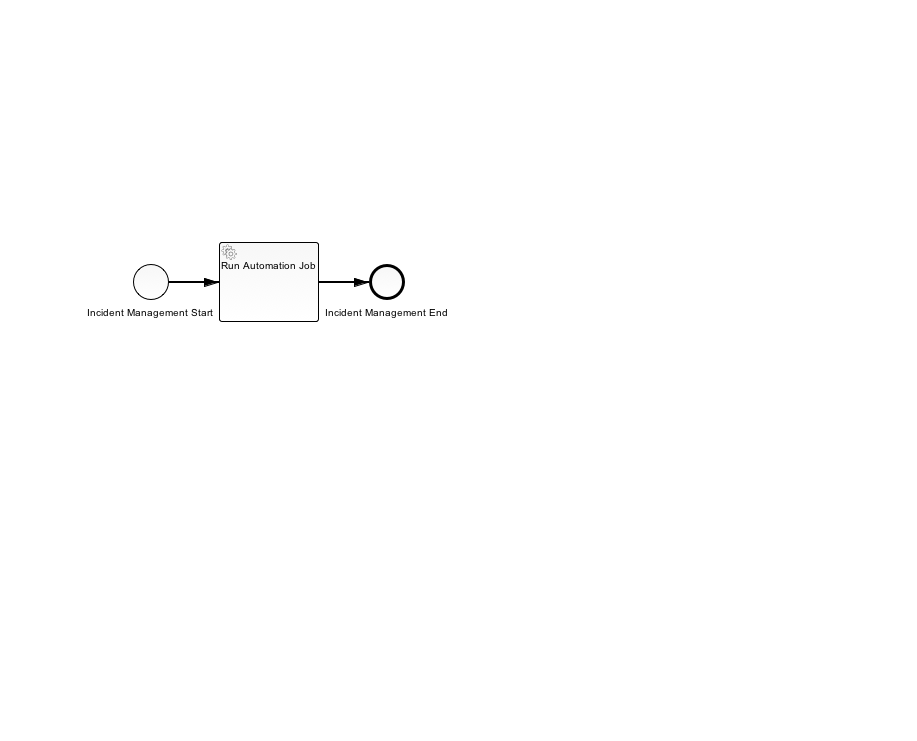
Earlier version of the BPMN export src/main/resources/CloudIncidentManagement.png (icclab/watchtower-workflow-camunda). Its source is kept beside it as src/main/resources/CloudIncidentManagement.bpmn. Ids are renumbered. Its diagram source:
```xml
<bpmn2:definitions xmlns:xsi="http://www.w3.org/2001/XMLSchema-instance" xmlns:bpmn2="http://www.omg.org/spec/BPMN/20100524/MODEL" xmlns:bpmndi="http://www.omg.org/spec/BPMN/20100524/DI" xmlns:camunda="http://activiti.org/bpmn" xmlns:dc="http://www.omg.org/spec/DD/20100524/DC" xmlns:di="http://www.omg.org/spec/DD/20100524/DI" xsi:schemaLocation="http://www.omg.org/spec/BPMN/20100524/MODEL BPMN20.xsd" id="_-XkjkMGzEeSY2PGDrjkMzg" exporter="camunda modeler" exporterVersion="2.7.0" targetNamespace="http://activiti.org/bpmn">
  <bpmn2:process id="CloudIncidentManagementWorkflow" name="Cloud Incident Management Workflow" isExecutable="true">
    <bpmn2:startEvent id="IncidentManagementStart" camunda:async="true" name="Incident Management Start">
      <bpmn2:outgoing>SequenceFlow_1</bpmn2:outgoing>
    </bpmn2:startEvent>
    <bpmn2:serviceTask id="RunAutomationJob" camunda:class="watchtower.workflow.camunda.RunAutomationJobDelegate" name="Run Automation Job">
      <bpmn2:incoming>SequenceFlow_1</bpmn2:incoming>
      <bpmn2:outgoing>SequenceFlow_2</bpmn2:outgoing>
    </bpmn2:serviceTask>
    <bpmn2:sequenceFlow id="SequenceFlow_1" name="" sourceRef="IncidentManagementStart" targetRef="RunAutomationJob"/>
    <bpmn2:endEvent id="IncidentManagementEnd" name="Incident Management End">
      <bpmn2:incoming>SequenceFlow_2</bpmn2:incoming>
    </bpmn2:endEvent>
    <bpmn2:sequenceFlow id="SequenceFlow_2" name="" sourceRef="RunAutomationJob" targetRef="IncidentManagementEnd"/>
  </bpmn2:process>
  <bpmndi:BPMNDiagram id="BPMNDiagram_1">
    <bpmndi:BPMNPlane id="BPMNPlane_1" bpmnElement="CloudIncidentManagementWorkflow">
      <bpmndi:BPMNShape id="_BPMNShape_StartEvent_6" bpmnElement="IncidentManagementStart">
        <dc:Bounds height="36.0" width="36.0" x="133.0" y="264.0"/>
        <bpmndi:BPMNLabel>
          <dc:Bounds height="0.0" width="0.0" x="151.0" y="305.0"/>
        </bpmndi:BPMNLabel>
      </bpmndi:BPMNShape>
      <bpmndi:BPMNShape id="_BPMNShape_ServiceTask_2" bpmnElement="RunAutomationJob">
        <dc:Bounds height="80.0" width="100.0" x="219.0" y="242.0"/>
      </bpmndi:BPMNShape>
      <bpmndi:BPMNEdge id="BPMNEdge_SequenceFlow_1" bpmnElement="SequenceFlow_1" sourceElement="_BPMNShape_StartEvent_6" targetElement="_BPMNShape_ServiceTask_2">
        <di:waypoint xsi:type="dc:Point" x="169.0" y="282.0"/>
        <di:waypoint xsi:type="dc:Point" x="219.0" y="282.0"/>
      </bpmndi:BPMNEdge>
      <bpmndi:BPMNShape id="_BPMNShape_EndEvent_3" bpmnElement="IncidentManagementEnd">
        <dc:Bounds height="36.0" width="36.0" x="369.0" y="264.0"/>
      </bpmndi:BPMNShape>
      <bpmndi:BPMNEdge id="BPMNEdge_SequenceFlow_2" bpmnElement="SequenceFlow_2" sourceElement="_BPMNShape_ServiceTask_2" targetElement="_BPMNShape_EndEvent_3">
        <di:waypoint xsi:type="dc:Point" x="319.0" y="282.0"/>
        <di:waypoint xsi:type="dc:Point" x="369.0" y="282.0"/>
      </bpmndi:BPMNEdge>
    </bpmndi:BPMNPlane>
  </bpmndi:BPMNDiagram>
</bpmn2:definitions>
```
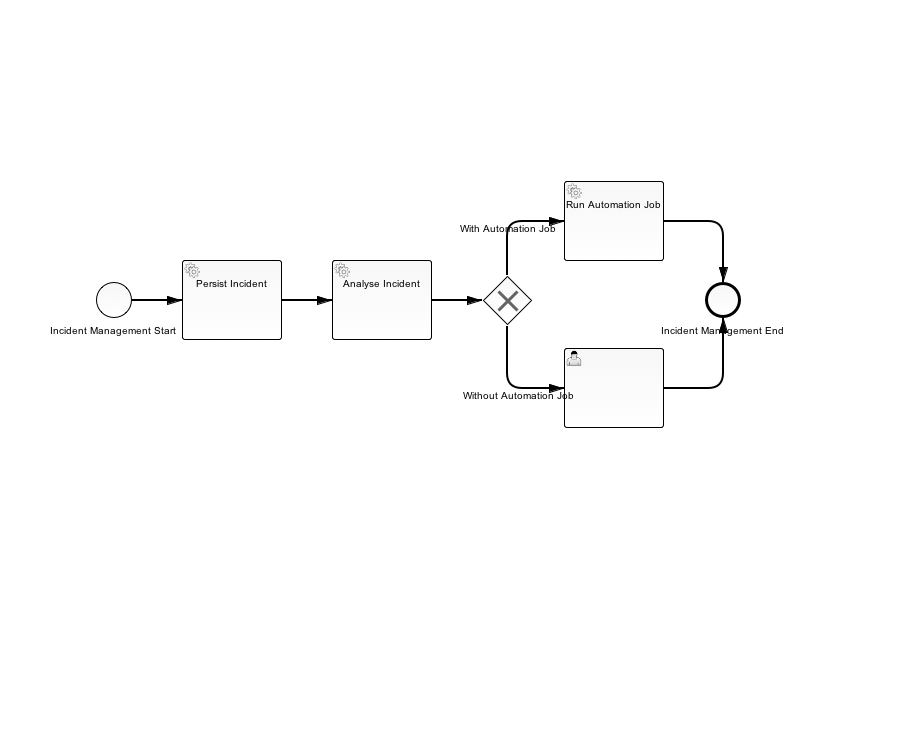
After the change.

Commit message:
Added incident persistence and extended the workflow

Change to the diagram source:
```diff
@@ -3,37 +3,112 @@
     <bpmn2:startEvent id="IncidentManagementStart" camunda:async="true" name="Incident Management Start">
       <bpmn2:outgoing>SequenceFlow_1</bpmn2:outgoing>
     </bpmn2:startEvent>
-    <bpmn2:serviceTask id="RunAutomationJob" camunda:class="watchtower.workflow.camunda.RunAutomationJobDelegate" name="Run Automation Job">
-      <bpmn2:incoming>SequenceFlow_1</bpmn2:incoming>
+    <bpmn2:exclusiveGateway id="ExclusiveGateway_2">
+      <bpmn2:incoming>SequenceFlow_4</bpmn2:incoming>
+      <bpmn2:outgoing>WithoutAutomationJob</bpmn2:outgoing>
+      <bpmn2:outgoing>WithAutomationJob</bpmn2:outgoing>
+    </bpmn2:exclusiveGateway>
+    <bpmn2:serviceTask id="RunAutomationJob" camunda:class="watchtower.workflow.camunda.delegate.RunAutomationJobDelegate" name="Run Automation Job">
+      <bpmn2:incoming>WithAutomationJob</bpmn2:incoming>
       <bpmn2:outgoing>SequenceFlow_2</bpmn2:outgoing>
     </bpmn2:serviceTask>
-    <bpmn2:sequenceFlow id="SequenceFlow_1" name="" sourceRef="IncidentManagementStart" targetRef="RunAutomationJob"/>
+    <bpmn2:sequenceFlow id="SequenceFlow_2" name="" sourceRef="RunAutomationJob" targetRef="IncidentManagementEnd"/>
+    <bpmn2:sequenceFlow id="WithoutAutomationJob" name="Without Automation Job" sourceRef="ExclusiveGateway_2" targetRef="UserTask_2">
+      <bpmn2:conditionExpression xsi:type="bpmn2:tFormalExpression">${hasJobs == false}</bpmn2:conditionExpression>
+    </bpmn2:sequenceFlow>
+    <bpmn2:sequenceFlow id="WithAutomationJob" name="With Automation Job" sourceRef="ExclusiveGateway_2" targetRef="RunAutomationJob">
+      <bpmn2:conditionExpression xsi:type="bpmn2:tFormalExpression">${hasJobs == true}</bpmn2:conditionExpression>
+    </bpmn2:sequenceFlow>
+    <bpmn2:userTask id="UserTask_2">
+      <bpmn2:incoming>WithoutAutomationJob</bpmn2:incoming>
+      <bpmn2:outgoing>SequenceFlow_15</bpmn2:outgoing>
+    </bpmn2:userTask>
+    <bpmn2:sequenceFlow id="SequenceFlow_15" name="" sourceRef="UserTask_2" targetRef="IncidentManagementEnd"/>
     <bpmn2:endEvent id="IncidentManagementEnd" name="Incident Management End">
       <bpmn2:incoming>SequenceFlow_2</bpmn2:incoming>
+      <bpmn2:incoming>SequenceFlow_15</bpmn2:incoming>
     </bpmn2:endEvent>
-    <bpmn2:sequenceFlow id="SequenceFlow_2" name="" sourceRef="RunAutomationJob" targetRef="IncidentManagementEnd"/>
+    <bpmn2:serviceTask id="PersistIncident" camunda:class="watchtower.workflow.camunda.delegate.PersistIncidentDelegate" name="Persist Incident">
+      <bpmn2:incoming>SequenceFlow_1</bpmn2:incoming>
+      <bpmn2:outgoing>SequenceFlow_3</bpmn2:outgoing>
+    </bpmn2:serviceTask>
+    <bpmn2:sequenceFlow id="SequenceFlow_1" name="" sourceRef="IncidentManagementStart" targetRef="PersistIncident"/>
+    <bpmn2:serviceTask id="AnalyzeIncident" camunda:class="watchtower.workflow.camunda.delegate.AnalyseIncidentDelegate" name="Analyse Incident">
+      <bpmn2:incoming>SequenceFlow_3</bpmn2:incoming>
+      <bpmn2:outgoing>SequenceFlow_4</bpmn2:outgoing>
+    </bpmn2:serviceTask>
+    <bpmn2:sequenceFlow id="SequenceFlow_3" name="" sourceRef="PersistIncident" targetRef="AnalyzeIncident"/>
+    <bpmn2:sequenceFlow id="SequenceFlow_4" name="" sourceRef="AnalyzeIncident" targetRef="ExclusiveGateway_2"/>
   </bpmn2:process>
   <bpmndi:BPMNDiagram id="BPMNDiagram_1">
     <bpmndi:BPMNPlane id="BPMNPlane_1" bpmnElement="CloudIncidentManagementWorkflow">
       <bpmndi:BPMNShape id="_BPMNShape_StartEvent_6" bpmnElement="IncidentManagementStart">
-        <dc:Bounds height="36.0" width="36.0" x="133.0" y="264.0"/>
+        <dc:Bounds height="36.0" width="36.0" x="96.0" y="282.0"/>
         <bpmndi:BPMNLabel>
-          <dc:Bounds height="0.0" width="0.0" x="151.0" y="305.0"/>
+          <dc:Bounds height="17.0" width="132.0" x="48.0" y="323.0"/>
         </bpmndi:BPMNLabel>
       </bpmndi:BPMNShape>
       <bpmndi:BPMNShape id="_BPMNShape_ServiceTask_2" bpmnElement="RunAutomationJob">
-        <dc:Bounds height="80.0" width="100.0" x="219.0" y="242.0"/>
+        <dc:Bounds height="80.0" width="100.0" x="564.0" y="181.0"/>
       </bpmndi:BPMNShape>
-      <bpmndi:BPMNEdge id="BPMNEdge_SequenceFlow_1" bpmnElement="SequenceFlow_1" sourceElement="_BPMNShape_StartEvent_6" targetElement="_BPMNShape_ServiceTask_2">
-        <di:waypoint xsi:type="dc:Point" x="169.0" y="282.0"/>
-        <di:waypoint xsi:type="dc:Point" x="219.0" y="282.0"/>
-      </bpmndi:BPMNEdge>
       <bpmndi:BPMNShape id="_BPMNShape_EndEvent_3" bpmnElement="IncidentManagementEnd">
-        <dc:Bounds height="36.0" width="36.0" x="369.0" y="264.0"/>
+        <dc:Bounds height="36.0" width="36.0" x="705.0" y="282.0"/>
+        <bpmndi:BPMNLabel>
+          <dc:Bounds height="17.0" width="129.0" x="659.0" y="323.0"/>
+        </bpmndi:BPMNLabel>
       </bpmndi:BPMNShape>
       <bpmndi:BPMNEdge id="BPMNEdge_SequenceFlow_2" bpmnElement="SequenceFlow_2" sourceElement="_BPMNShape_ServiceTask_2" targetElement="_BPMNShape_EndEvent_3">
-        <di:waypoint xsi:type="dc:Point" x="319.0" y="282.0"/>
-        <di:waypoint xsi:type="dc:Point" x="369.0" y="282.0"/>
+        <di:waypoint xsi:type="dc:Point" x="664.0" y="221.0"/>
+        <di:waypoint xsi:type="dc:Point" x="723.0" y="221.0"/>
+        <di:waypoint xsi:type="dc:Point" x="723.0" y="282.0"/>
+        <bpmndi:BPMNLabel>
+          <dc:Bounds height="6.0" width="6.0" x="686.0" y="221.0"/>
+        </bpmndi:BPMNLabel>
+      </bpmndi:BPMNEdge>
+      <bpmndi:BPMNShape id="_BPMNShape_ExclusiveGateway_3" bpmnElement="ExclusiveGateway_2" isMarkerVisible="true">
+        <dc:Bounds height="50.0" width="50.0" x="482.0" y="275.0"/>
+      </bpmndi:BPMNShape>
+      <bpmndi:BPMNShape id="_BPMNShape_UserTask_3" bpmnElement="UserTask_2">
+        <dc:Bounds height="80.0" width="100.0" x="564.0" y="348.0"/>
+      </bpmndi:BPMNShape>
+      <bpmndi:BPMNEdge id="BPMNEdge_SequenceFlow_13" bpmnElement="WithoutAutomationJob" sourceElement="_BPMNShape_ExclusiveGateway_3" targetElement="_BPMNShape_UserTask_3">
+        <di:waypoint xsi:type="dc:Point" x="507.0" y="325.0"/>
+        <di:waypoint xsi:type="dc:Point" x="507.0" y="388.0"/>
+        <di:waypoint xsi:type="dc:Point" x="564.0" y="388.0"/>
+        <bpmndi:BPMNLabel>
+          <dc:Bounds height="6.0" width="6.0" x="516.0" y="388.0"/>
+        </bpmndi:BPMNLabel>
+      </bpmndi:BPMNEdge>
+      <bpmndi:BPMNEdge id="BPMNEdge_SequenceFlow_14" bpmnElement="WithAutomationJob" sourceElement="_BPMNShape_ExclusiveGateway_3" targetElement="_BPMNShape_ServiceTask_2">
+        <di:waypoint xsi:type="dc:Point" x="507.0" y="275.0"/>
+        <di:waypoint xsi:type="dc:Point" x="507.0" y="221.0"/>
+        <di:waypoint xsi:type="dc:Point" x="564.0" y="221.0"/>
+      </bpmndi:BPMNEdge>
+      <bpmndi:BPMNEdge id="BPMNEdge_SequenceFlow_15" bpmnElement="SequenceFlow_15" sourceElement="_BPMNShape_UserTask_3" targetElement="_BPMNShape_EndEvent_3">
+        <di:waypoint xsi:type="dc:Point" x="664.0" y="388.0"/>
+        <di:waypoint xsi:type="dc:Point" x="723.0" y="388.0"/>
+        <di:waypoint xsi:type="dc:Point" x="723.0" y="318.0"/>
+        <bpmndi:BPMNLabel>
+          <dc:Bounds height="6.0" width="6.0" x="718.0" y="388.0"/>
+        </bpmndi:BPMNLabel>
+      </bpmndi:BPMNEdge>
+      <bpmndi:BPMNShape id="_BPMNShape_ServiceTask_5" bpmnElement="PersistIncident">
+        <dc:Bounds height="80.0" width="100.0" x="182.0" y="260.0"/>
+      </bpmndi:BPMNShape>
+      <bpmndi:BPMNEdge id="BPMNEdge_SequenceFlow_1" bpmnElement="SequenceFlow_1" sourceElement="_BPMNShape_StartEvent_6" targetElement="_BPMNShape_ServiceTask_5">
+        <di:waypoint xsi:type="dc:Point" x="132.0" y="300.0"/>
+        <di:waypoint xsi:type="dc:Point" x="182.0" y="300.0"/>
+      </bpmndi:BPMNEdge>
+      <bpmndi:BPMNShape id="_BPMNShape_ServiceTask_6" bpmnElement="AnalyzeIncident">
+        <dc:Bounds height="80.0" width="100.0" x="332.0" y="260.0"/>
+      </bpmndi:BPMNShape>
+      <bpmndi:BPMNEdge id="BPMNEdge_SequenceFlow_3" bpmnElement="SequenceFlow_3" sourceElement="_BPMNShape_ServiceTask_5" targetElement="_BPMNShape_ServiceTask_6">
+        <di:waypoint xsi:type="dc:Point" x="282.0" y="300.0"/>
+        <di:waypoint xsi:type="dc:Point" x="332.0" y="300.0"/>
+      </bpmndi:BPMNEdge>
+      <bpmndi:BPMNEdge id="BPMNEdge_SequenceFlow_4" bpmnElement="SequenceFlow_4" sourceElement="_BPMNShape_ServiceTask_6" targetElement="_BPMNShape_ExclusiveGateway_3">
+        <di:waypoint xsi:type="dc:Point" x="432.0" y="300.0"/>
+        <di:waypoint xsi:type="dc:Point" x="482.0" y="300.0"/>
       </bpmndi:BPMNEdge>
     </bpmndi:BPMNPlane>
   </bpmndi:BPMNDiagram>
```
